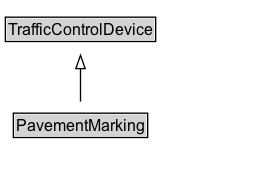
This is docs/diagrams/PavementMarking.dot.png from k-vaughn/ontology-its-regulation, a Graphviz export, as it was before one commit. Its source is kept beside it as docs/diagrams/PavementMarking.dot.
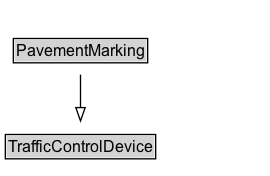
Above is the later version.

What changed in the source:
```diff
@@ -2,14 +2,14 @@
 	graph [overlap=false rankdir=TB splines=true]
 	node [fontname=Arial fontsize=12 margin=0 shape=none]
 	edge [fontname=Arial fontsize=11]
+	PavementMarking [label=<<TABLE BORDER="1" CELLBORDER="0" CELLSPACING="0" CELLPADDING="1"><TR><TD BGCOLOR="lightgray" ALIGN="CENTER">PavementMarking</TD></TR></TABLE>> URL="../PavementMarking" margin=0]
 	{
 		rank=max
-		PavementMarking [label=<<TABLE BORDER="1" CELLBORDER="0" CELLSPACING="0" CELLPADDING="1"><TR><TD BGCOLOR="lightgray" ALIGN="CENTER" PORT="e">PavementMarking</TD></TR></TABLE>> URL="../PavementMarking.md" margin=0]
 	}
 	subgraph cluster_associated {
 		label="" style=invis
 		Invis [label=<<TABLE BORDER="0" CELLBORDER="0" CELLSPACING="0" CELLPADDING="1"><TR><TD></TD></TR></TABLE>> margin=0 style=invis]
 	}
-	TrafficControlDevice [label=<<TABLE BORDER="1" CELLBORDER="0" CELLSPACING="0" CELLPADDING="1"><TR><TD BGCOLOR="lightgray" ALIGN="CENTER">TrafficControlDevice</TD></TR></TABLE>> URL="../TrafficControlDevice.md" margin=0]
+	TrafficControlDevice [label=<<TABLE BORDER="1" CELLBORDER="0" CELLSPACING="0" CELLPADDING="1"><TR><TD BGCOLOR="lightgray" ALIGN="CENTER">TrafficControlDevice</TD></TR></TABLE>> URL="../TrafficControlDevice" margin=0]
 	PavementMarking -> TrafficControlDevice [arrowhead=onormal style=solid]
 }
```
